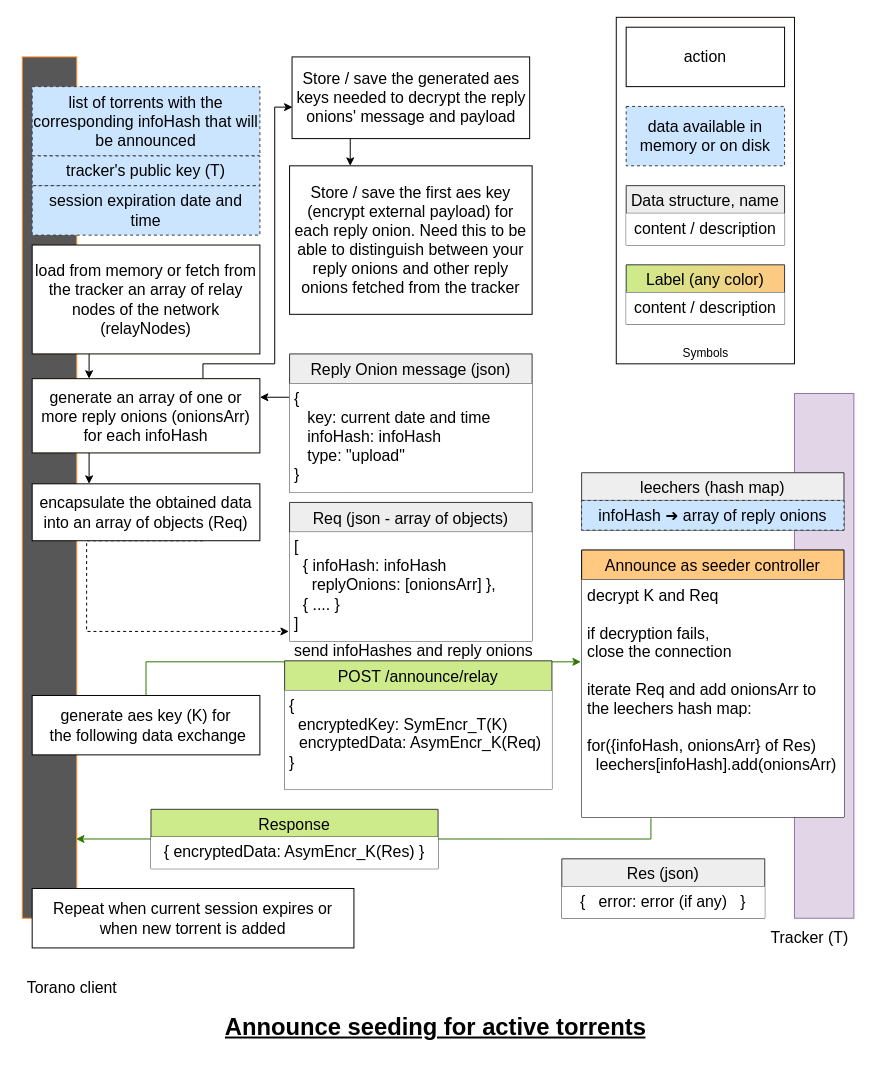
Earlier version of the draw.io diagram protocol schemas/tracker api/announce leeching.drawio (davidviziteu/tor-torrent). Source tidied: cells renumbered, new cells numbered last; positions are measured from the earlier drawing's top-left corner, leaving out a move shared by most shapes. Both pictures are drawn from the tidied source at 99%, with x=0, y=0 at pixel (17, 17).
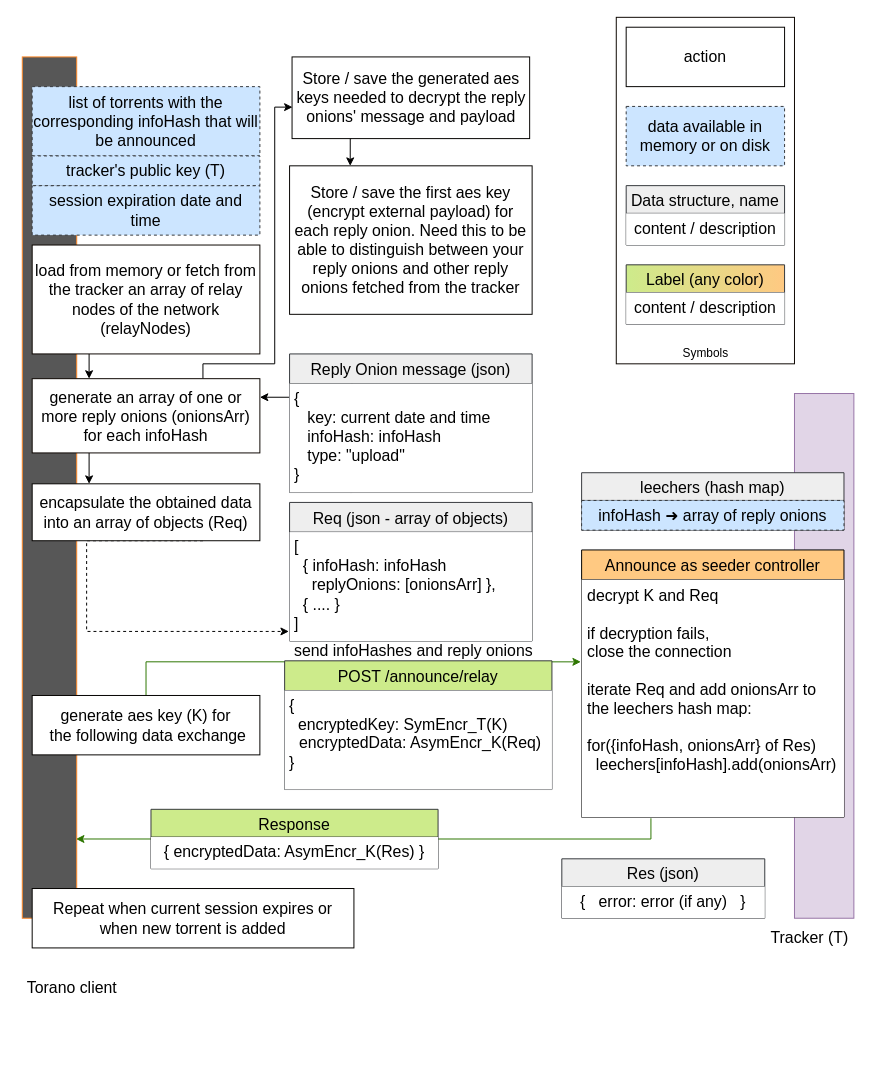
The same diagram, later.

Change to the diagram source:
```diff
@@
-    <mxCell id="3" value="&lt;h1&gt;&lt;u&gt;Announce seeding for active torrents&lt;/u&gt;&lt;/h1&gt;&lt;span style=&quot;background-color: initial;&quot;&gt;&lt;br&gt;&lt;/span&gt;" style="text;html=1;strokeColor=none;fillColor=none;spacing=5;spacingTop=-20;whiteSpace=wrap;overflow=hidden;rounded=0;" parent="1" vertex="1">
-      <mxGeometry x="205" y="1000" width="440" height="50" as="geometry" />
-    </mxCell>
```
